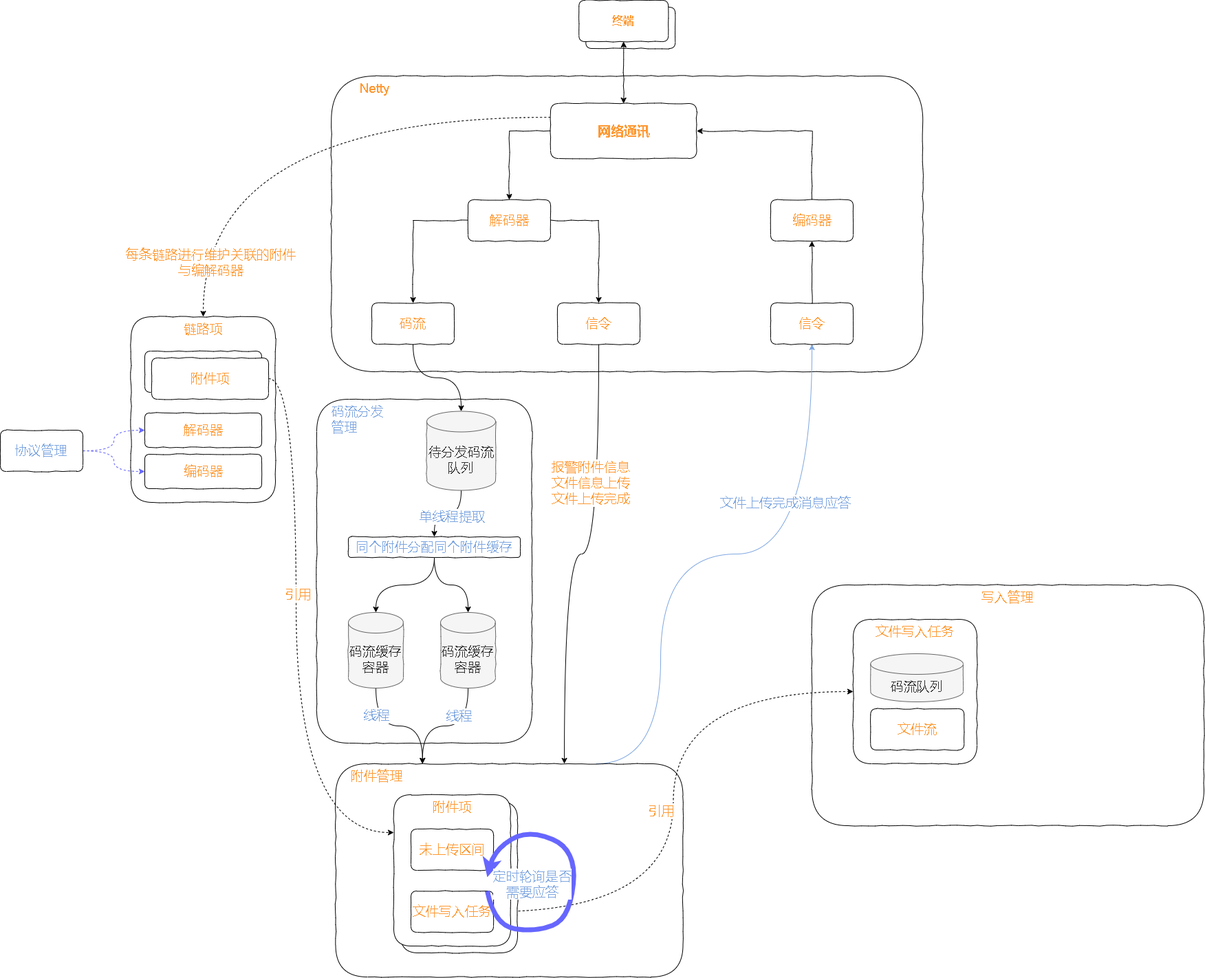
Before: test.drawio.png, a diagram exported from draw.io (xktder/draw). Source tidied: cells renumbered, new cells last; positions are measured from the earlier drawing's top-left corner, leaving out a move shared by most shapes.
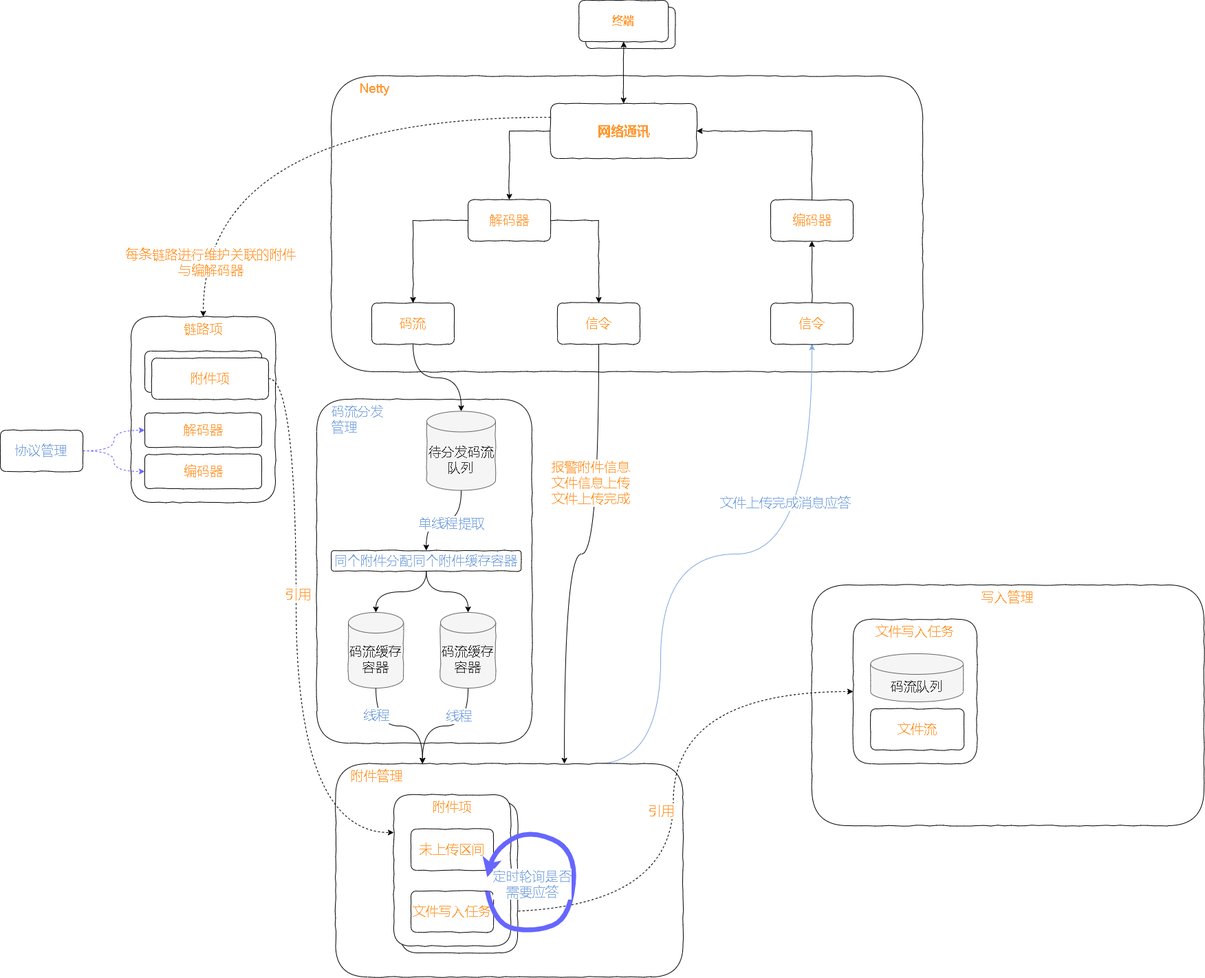
The same diagram one commit later.

The edit, as a diff of the source:
```diff
@@ -193,8 +193,8 @@
     <mxCell id="56" style="edgeStyle=orthogonalEdgeStyle;curved=1;rounded=0;comic=0;jettySize=auto;html=1;exitX=0.5;exitY=1;exitDx=0;exitDy=0;fontSize=19;fontColor=#7EA6E0;startArrow=none;startFill=0;endArrow=classic;endFill=1;strokeColor=#000000;strokeWidth=1;" parent="1" edge="1" source="57" target="54">
       <mxGeometry relative="1" as="geometry" />
     </mxCell>
-    <mxCell id="57" value="同个附件分配同个附件缓存" style="rounded=1;whiteSpace=wrap;html=1;comic=1;fontSize=19;fontColor=#7EA6E0;strokeColor=default;gradientColor=none;" parent="1" vertex="1">
-      <mxGeometry x="506" y="780" width="250" height="30" as="geometry" />
+    <mxCell id="57" value="同个附件分配同个附件缓存容器" style="rounded=1;whiteSpace=wrap;html=1;comic=1;fontSize=19;fontColor=#7EA6E0;strokeColor=default;gradientColor=none;" parent="1" vertex="1">
+      <mxGeometry x="481.2" y="800" width="276" height="30" as="geometry" />
     </mxCell>
     <mxCell id="58" style="group;" parent="1" vertex="1">
       <mxGeometry x="572" y="1155" width="266" height="230" as="geometry" />
```
